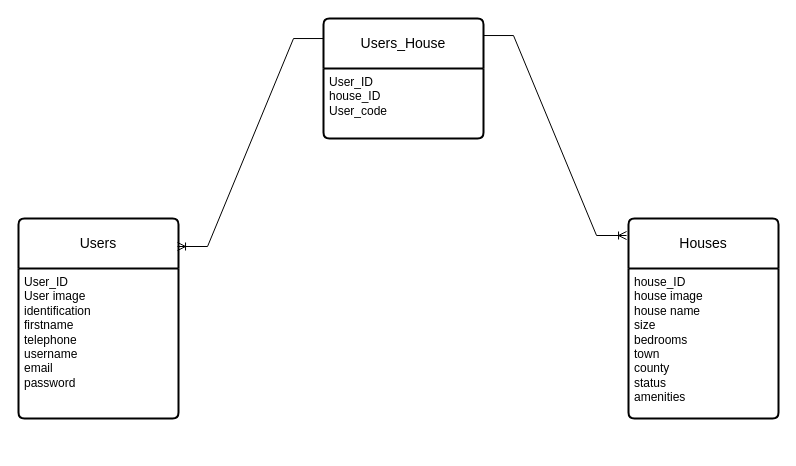
Earlier version of the draw.io diagram HHH_db.drawio (moha-matano3/House_Hunters_Haven). Source tidied: cells renumbered, new cells numbered last; positions are measured from the earlier drawing's top-left corner, leaving out a move shared by most shapes. Both pictures are drawn from the tidied source at 100%, with x=0, y=0 at pixel (18, 18).
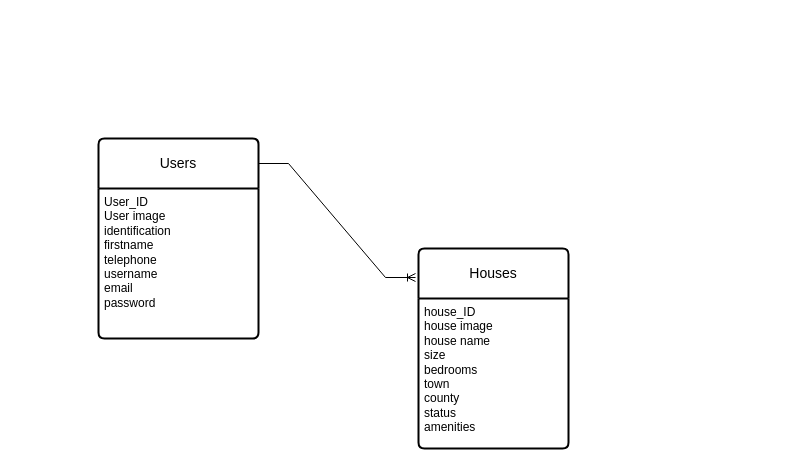
Above is the later version.

Change to the diagram source:
```diff
@@
 <mxGraphModel>
   <root>
     <mxCell id="0" />
     <mxCell id="1" parent="0" />
     <mxCell id="2" value="Users" style="swimlane;horizontal=1;startSize=50;rounded=1;fontSize=14;fontStyle=0;strokeWidth=2;shadow=0;dashed=0;align=center;arcSize=4;whiteSpace=wrap;html=1;" parent="1" vertex="1">
-      <mxGeometry y="200" width="160" height="200" as="geometry" />
+      <mxGeometry x="80" y="120" width="160" height="200" as="geometry" />
     </mxCell>
     <mxCell id="3" value="User_ID&lt;br&gt;User image&lt;br&gt;identification&lt;br&gt;firstname&lt;br&gt;telephone&lt;br&gt;username&lt;br&gt;email&lt;br&gt;password&lt;br&gt;&lt;br&gt;" style="align=left;strokeColor=none;fillColor=none;spacingLeft=4;fontSize=12;verticalAlign=top;html=1;" parent="2" vertex="1">
       <mxGeometry y="50" width="160" height="150" as="geometry" />
     </mxCell>
     <mxCell id="4" value="Houses" style="swimlane;horizontal=1;startSize=50;rounded=1;fontSize=14;fontStyle=0;strokeWidth=2;shadow=0;dashed=0;align=center;arcSize=4;whiteSpace=wrap;html=1;" parent="1" vertex="1">
-      <mxGeometry x="610" y="200" width="150" height="200" as="geometry" />
+      <mxGeometry x="400" y="230" width="150" height="200" as="geometry" />
     </mxCell>
     <mxCell id="5" value="house_ID&lt;br&gt;house image&lt;br&gt;house name&lt;br&gt;size&lt;br&gt;bedrooms&lt;br&gt;town&lt;br&gt;county&lt;br&gt;status&lt;br&gt;amenities&lt;br&gt;&lt;br&gt;" style="align=left;strokeColor=none;fillColor=none;spacingLeft=4;fontSize=12;verticalAlign=top;html=1;" parent="4" vertex="1">
       <mxGeometry y="50" width="150" height="150" as="geometry" />
     </mxCell>
-    <mxCell id="6" value="Users_House" style="swimlane;horizontal=1;startSize=50;rounded=1;fontSize=14;fontStyle=0;strokeWidth=2;shadow=0;dashed=0;align=center;arcSize=4;whiteSpace=wrap;html=1;" parent="1" vertex="1">
-      <mxGeometry x="305" width="160" height="120" as="geometry" />
-    </mxCell>
-    <mxCell id="7" value="User_ID&lt;br&gt;house_ID&lt;br&gt;User_code&lt;br&gt;&lt;br&gt;&lt;br&gt;&lt;br&gt;" style="align=left;strokeColor=none;fillColor=none;spacingLeft=4;fontSize=12;verticalAlign=top;html=1;" parent="6" vertex="1">
-      <mxGeometry y="50" width="160" height="70" as="geometry" />
-    </mxCell>
-    <mxCell id="8" style="edgeStyle=entityRelationEdgeStyle;fontSize=12;html=1;endArrow=ERoneToMany;rounded=0;entryX=-0.013;entryY=0.085;entryDx=0;entryDy=0;entryPerimeter=0;exitX=1;exitY=0.142;exitDx=0;exitDy=0;exitPerimeter=0;" parent="1" edge="1" source="6" target="4">
-      <mxGeometry relative="1" as="geometry" />
-    </mxCell>
-    <mxCell id="9" style="edgeStyle=entityRelationEdgeStyle;fontSize=12;html=1;endArrow=ERoneToMany;rounded=0;entryX=0.994;entryY=0.14;entryDx=0;entryDy=0;entryPerimeter=0;exitX=0;exitY=0.167;exitDx=0;exitDy=0;exitPerimeter=0;" parent="1" edge="1" source="6" target="2">
-      <mxGeometry relative="1" as="geometry" />
-    </mxCell>
+    <mxCell id="10" style="edgeStyle=entityRelationEdgeStyle;fontSize=12;html=1;endArrow=ERoneToMany;rounded=0;entryX=-0.02;entryY=0.145;entryDx=0;entryDy=0;entryPerimeter=0;exitX=1;exitY=0.125;exitDx=0;exitDy=0;exitPerimeter=0;" parent="1" edge="1" source="2" target="4">
+      <mxGeometry relative="1" as="geometry" />
+    </mxCell>
   </root>
 </mxGraphModel>
```
